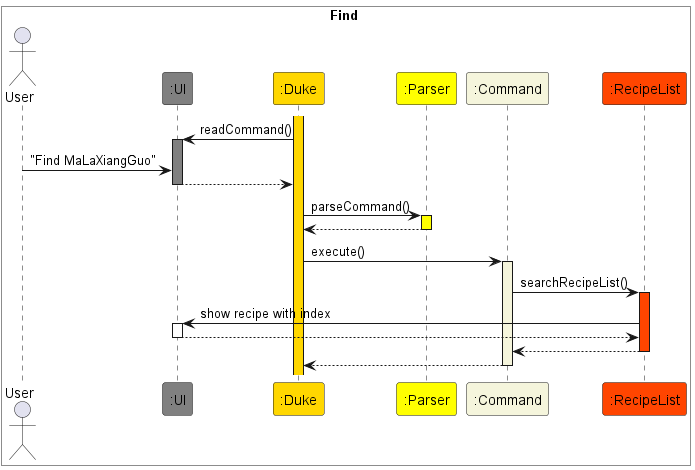
The PlantUML diagram docs/PlantUML/FindRecipe.png in nus-cs2113-AY2223S2/tp, before a commit.
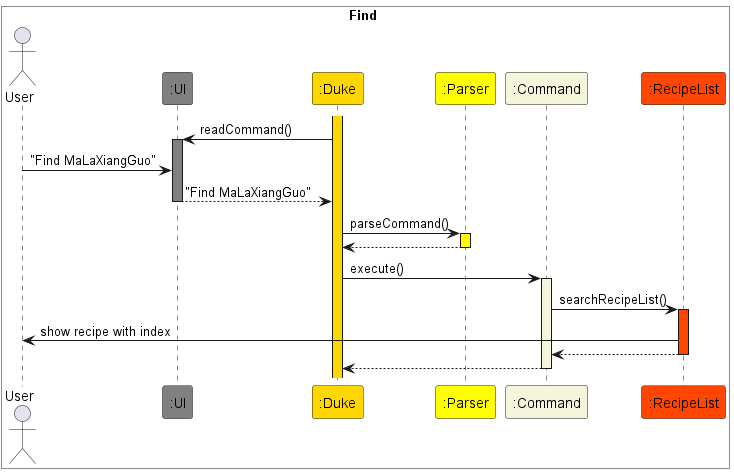
After the change.

Commit message:
Fixes bug in Find Recipe sequence diagram

The edit, as a diff of the source:
```diff
@@ -12,7 +12,7 @@
 Duke -> UI : readCommand()
 activate UI #Gray
 User -> UI : "Find MaLaXiangGuo"
-UI --> Duke
+UI --> Duke : "Find MaLaXiangGuo"
 deactivate UI
 Duke -> Parser : parseCommand()
 activate Parser #Yellow
@@ -22,10 +22,7 @@
 activate Command #Beige
 Command -> RecipeList : searchRecipeList()
 activate RecipeList #OrangeRed
-RecipeList -> UI : show recipe with index
-activate UI
-UI --> RecipeList
-deactivate UI
+RecipeList -> User : show recipe with index
 RecipeList --> Command
 deactivate RecipeList
 Command --> Duke
```
